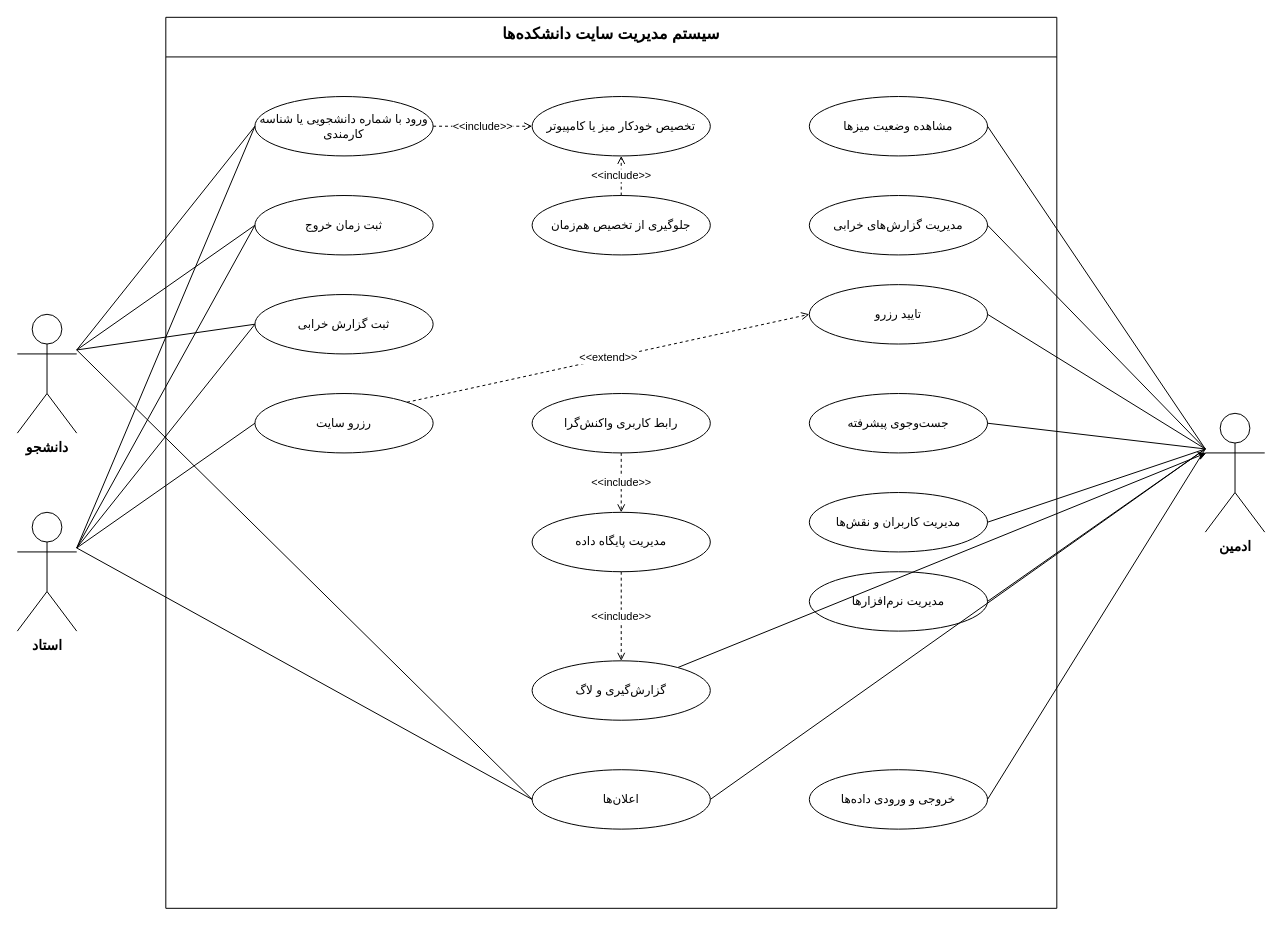
Before: ducs/usecase diagram.drawio in Arshia17d/Faculty-website-management-system, a draw.io diagram. Source tidied: cells renumbered, new cells numbered last; positions are measured from the earlier drawing's top-left corner, leaving out a move shared by most shapes. Both pictures are drawn from the tidied source at 99%, with x=0, y=0 at pixel (17, 17).
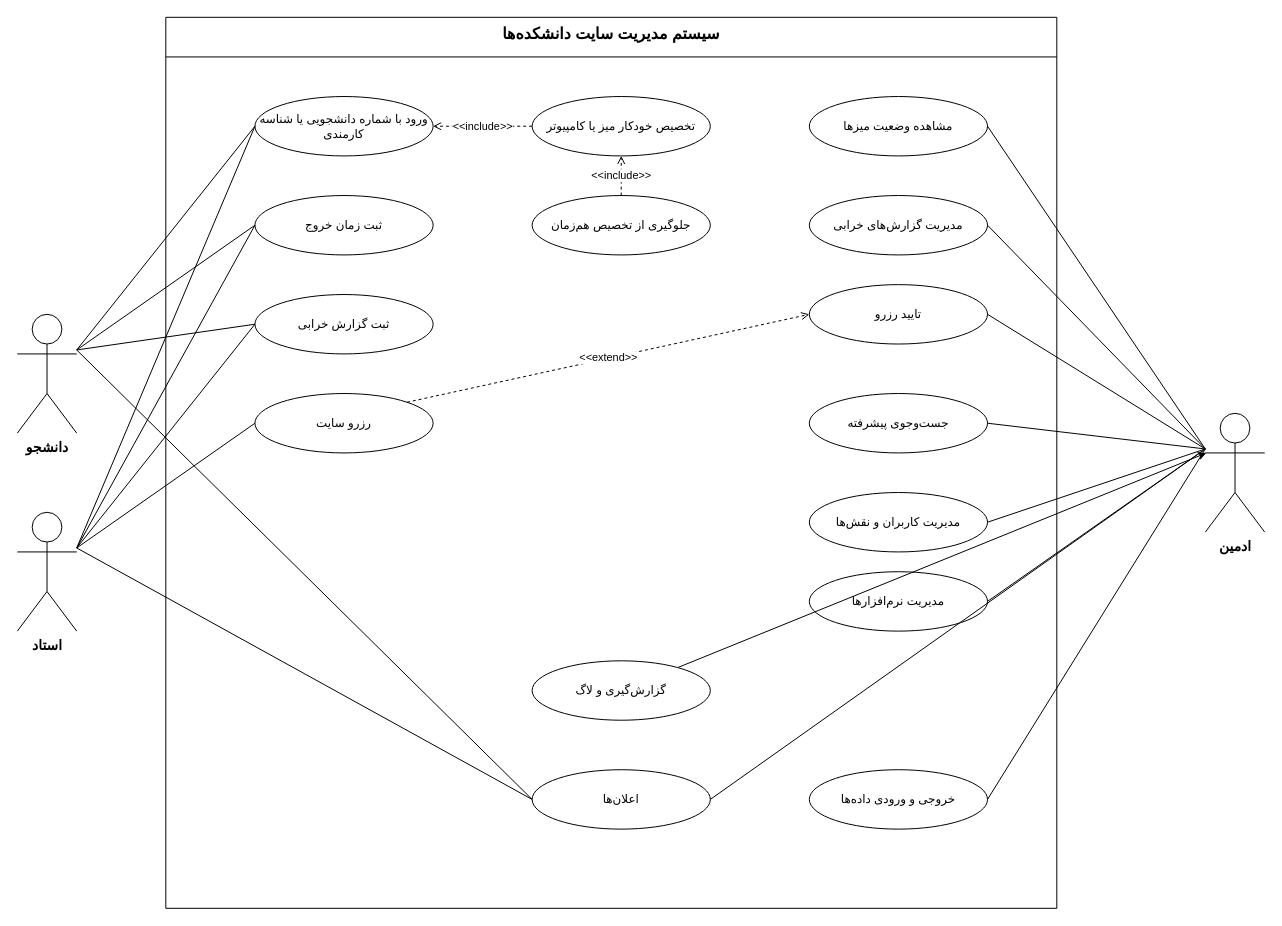
After the change.

Commit message (it also covers changes not shown here):
change usecase diagram and fix problems.

The change refers to these unchanged cells:
```xml
<mxCell id="2" value="سیستم مدیریت سایت دانشکده‌ها" style="swimlane;startSize=40;fontSize=16;fontStyle=1;align=center;verticalAlign=top;" parent="1" vertex="1">
  <mxGeometry x="150" width="900" height="900" as="geometry" />
</mxCell>
<mxCell id="3" value="ورود با شماره دانشجویی یا شناسه کارمندی" style="ellipse;whiteSpace=wrap;html=1;fontSize=12;" parent="2" vertex="1">
  <mxGeometry x="90" y="80" width="180" height="60" as="geometry" />
</mxCell>
<mxCell id="15" value="تخصیص خودکار میز یا کامپیوتر" style="ellipse;whiteSpace=wrap;html=1;fontSize=12;" parent="2" vertex="1">
  <mxGeometry x="370" y="80" width="180" height="60" as="geometry" />
</mxCell>
<mxCell id="20" value="گزارش‌گیری و لاگ" style="ellipse;whiteSpace=wrap;html=1;fontSize=12;" parent="2" vertex="1">
  <mxGeometry x="370" y="650" width="180" height="60" as="geometry" />
</mxCell>
```

The edit, as a diff of the source:
```diff
@@
-    <mxCell id="17" value="رابط کاربری واکنش‌گرا" style="ellipse;whiteSpace=wrap;html=1;fontSize=12;" parent="2" vertex="1">
-      <mxGeometry x="370" y="380" width="180" height="60" as="geometry" />
-    </mxCell>
-    <mxCell id="18" value="مدیریت پایگاه داده" style="ellipse;whiteSpace=wrap;html=1;fontSize=12;" parent="2" vertex="1">
-      <mxGeometry x="370" y="500" width="180" height="60" as="geometry" />
-    </mxCell>
@@
+    <mxCell id="41" value="&amp;lt;&amp;lt;include&amp;gt;&amp;gt;" style="endArrow=open;html=1;rounded=0;dashed=1;exitX=0;exitY=0.5;exitDx=0;exitDy=0;entryX=1;entryY=0.5;entryDx=0;entryDy=0;" parent="2" edge="1" source="15" target="3">
+      <mxGeometry relative="1" as="geometry" />
+    </mxCell>
@@
-    <mxCell id="41" value="&amp;lt;&amp;lt;include&amp;gt;&amp;gt;" style="endArrow=open;html=1;rounded=0;dashed=1;exitX=1;exitY=0.5;exitDx=0;exitDy=0;entryX=0;entryY=0.5;entryDx=0;entryDy=0;" parent="1" edge="1" source="3" target="15">
-      <mxGeometry relative="1" as="geometry" />
-    </mxCell>
@@
-    <mxCell id="43" value="&amp;lt;&amp;lt;include&amp;gt;&amp;gt;" style="endArrow=open;html=1;rounded=0;dashed=1;exitX=0.5;exitY=1;exitDx=0;exitDy=0;entryX=0.5;entryY=0;entryDx=0;entryDy=0;" parent="1" edge="1" source="17" target="18">
-      <mxGeometry relative="1" as="geometry" />
-    </mxCell>
-    <mxCell id="44" value="&amp;lt;&amp;lt;include&amp;gt;&amp;gt;" style="endArrow=open;html=1;rounded=0;dashed=1;exitX=0.5;exitY=1;exitDx=0;exitDy=0;entryX=0.5;entryY=0;entryDx=0;entryDy=0;" parent="1" edge="1" source="18" target="20">
-      <mxGeometry relative="1" as="geometry" />
-    </mxCell>
```
